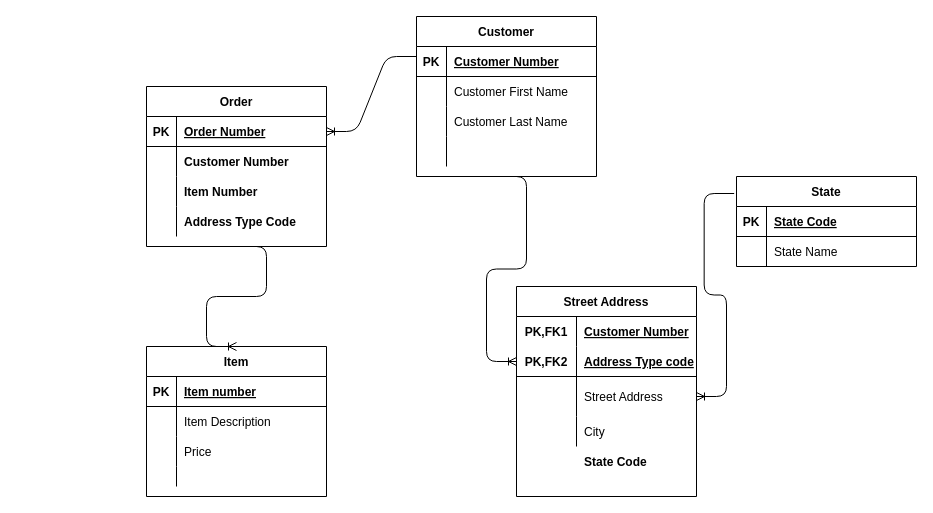
YusiXie/intro keeps this draw.io diagram as Untitled Diagram.drawio. Above is the earlier version. Source tidied: cells renumbered, new cells numbered last; positions are measured from the earlier drawing's top-left corner, leaving out a move shared by most shapes. Both pictures are drawn from the tidied source at 100%, with x=0, y=0 at pixel (146, 16).
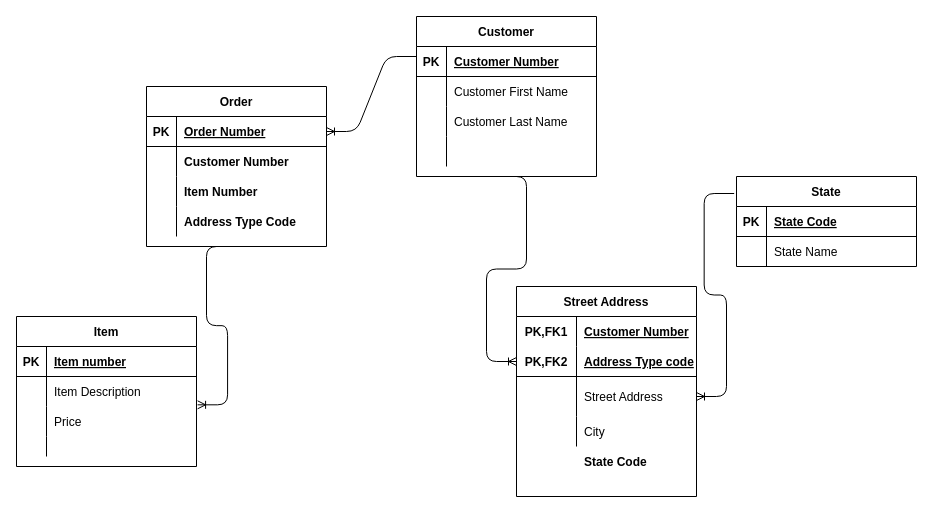
The same diagram, later.

Unchanged cells that the change refers to:
```xml
<mxCell id="38" value="Order" style="shape=table;startSize=30;childLayout=tableLayout;rowLines=0;fontStyle=1;align=center;" parent="1" vertex="1">
  <mxGeometry y="70" width="180" height="160" as="geometry" />
</mxCell>
<mxCell id="58" style="shape=partialRectangle;fillColor=none;top=0;left=0;bottom=0;right=0;points=[[0,0.5],[1,0.5]];portConstraint=eastwest;" parent="51" vertex="1">
  <mxGeometry y="90" width="180" height="30" as="geometry" />
</mxCell>
```

What changed in the source:
```diff
@@
     <mxCell id="51" value="Item" style="shape=table;startSize=30;childLayout=tableLayout;rowLines=0;fontStyle=1;align=center;" parent="1" vertex="1">
-      <mxGeometry y="330" width="180" height="150" as="geometry" />
+      <mxGeometry x="-130" y="300" width="180" height="150" as="geometry" />
     </mxCell>
@@
-    <mxCell id="66" style="edgeStyle=entityRelationEdgeStyle;fontSize=12;html=1;endArrow=ERoneToMany;exitX=0.5;exitY=1;exitDx=0;exitDy=0;entryX=0.5;entryY=0;entryDx=0;entryDy=0;" parent="1" edge="1" source="38" target="51">
+    <mxCell id="66" style="edgeStyle=entityRelationEdgeStyle;fontSize=12;html=1;endArrow=ERoneToMany;exitX=0.5;exitY=1;exitDx=0;exitDy=0;entryX=1.006;entryY=-0.056;entryDx=0;entryDy=0;entryPerimeter=0;" parent="1" edge="1" source="38" target="58">
       <mxGeometry relative="1" as="geometry" />
     </mxCell>
```
